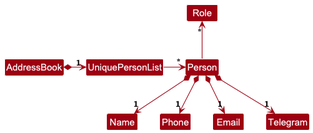
nus-cs2103-AY2425S1/tp keeps this PlantUML diagram as docs/images/BetterModelClassDiagram.png. Above is the earlier version.
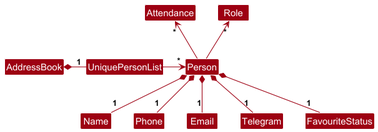
The same diagram one commit later.

What changed in the source:
```diff
@@ -4,15 +4,17 @@
 skinparam arrowColor MODEL_COLOR
 skinparam classBackgroundColor MODEL_COLOR
 
-AddressBook *-right-> "1" UniquePersonList
+AddressBook *-right- "1" UniquePersonList
 
 
 UniquePersonList -right-> "*" Person
 
 Person -up-> "*" Role
 
-Person *--> "1" Name
-Person *--> "1" Phone
-Person *--> "1" Email
-Person *--> "1" Telegram
+Person *-- "1" Name
+Person *-- "1" Phone
+Person *-- "1" Email
+Person *-- "1" Telegram
+Person -up-> "*" Attendance
+Person *-- "1" FavouriteStatus
 @enduml
```
